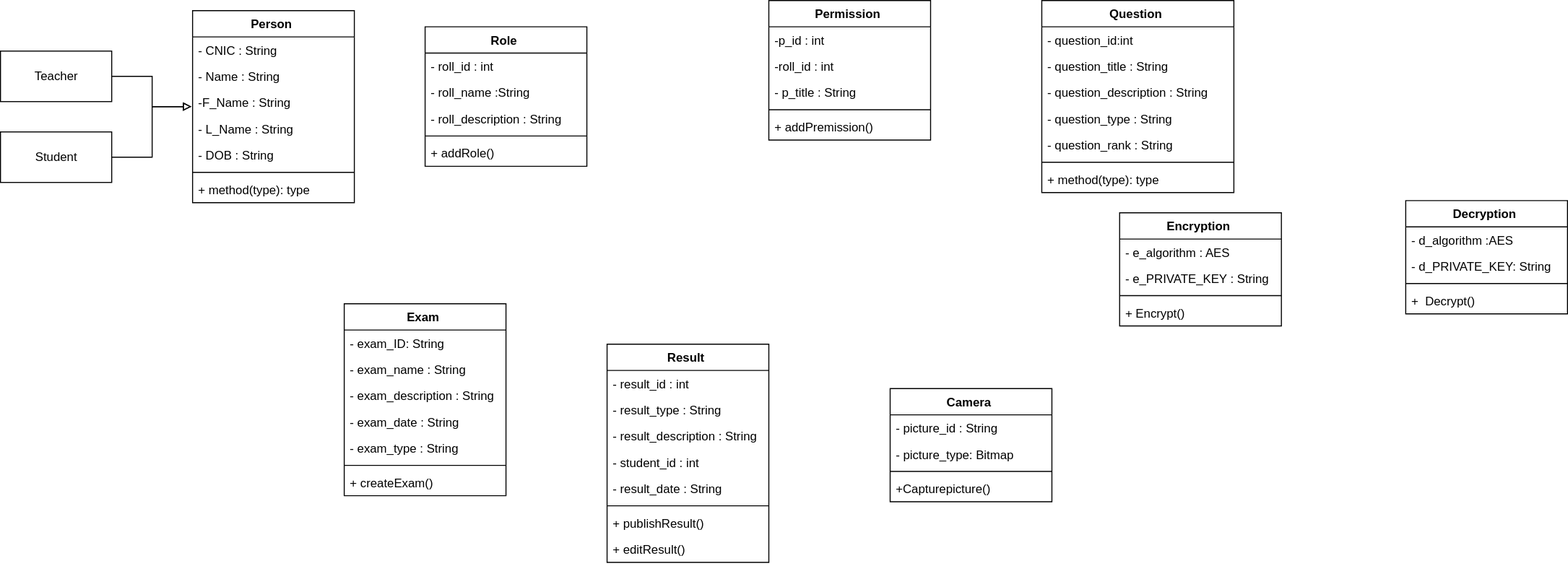
Zaeem6100/FYP-Documents keeps this draw.io diagram as Class Diagram.drawio.svg. Above is the earlier version. Source tidied: cells renumbered, new cells last; positions are measured from the earlier drawing's top-left corner, leaving out a move shared by most shapes.
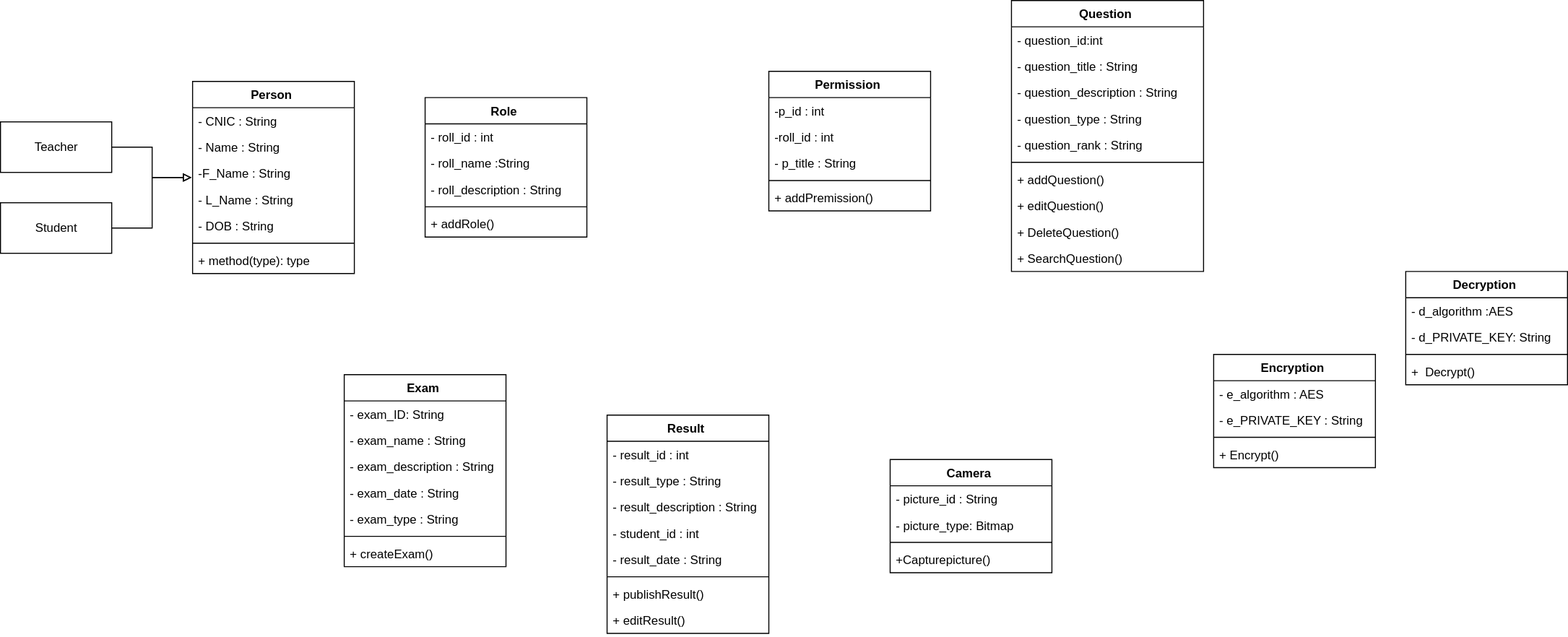
The same diagram one commit later.

Diff of the diagram source:
```diff
@@ -51,7 +51,7 @@
       <mxGeometry y="164" width="160" height="26" as="geometry" />
     </mxCell>
     <mxCell id="18" value="Question " style="swimlane;fontStyle=1;align=center;verticalAlign=top;horizontal=1;startSize=26;" parent="1" vertex="1">
-      <mxGeometry x="1030" width="190" height="190" as="geometry" />
+      <mxGeometry x="1000" y="-70" width="190" height="268" as="geometry" />
     </mxCell>
     <mxCell id="19" value="- question_id:int " style="text;strokeColor=none;fillColor=none;align=left;verticalAlign=top;spacingLeft=4;spacingRight=4;overflow=hidden;" parent="18" vertex="1">
       <mxGeometry y="26" width="190" height="26" as="geometry" />
@@ -71,9 +71,18 @@
     <mxCell id="24" style="line;strokeWidth=1;fillColor=none;align=left;verticalAlign=middle;spacingTop=-1;spacingLeft=3;spacingRight=3;labelPosition=right;" parent="18" vertex="1">
       <mxGeometry y="156" width="190" height="8" as="geometry" />
     </mxCell>
-    <mxCell id="25" value="+ method(type): type" style="text;strokeColor=none;fillColor=none;align=left;verticalAlign=top;spacingLeft=4;spacingRight=4;overflow=hidden;" parent="18" vertex="1">
+    <mxCell id="25" value="+ addQuestion()" style="text;strokeColor=none;fillColor=none;align=left;verticalAlign=top;spacingLeft=4;spacingRight=4;overflow=hidden;" parent="18" vertex="1">
       <mxGeometry y="164" width="190" height="26" as="geometry" />
     </mxCell>
+    <mxCell id="66" value="+ editQuestion()" style="text;strokeColor=none;fillColor=none;align=left;verticalAlign=top;spacingLeft=4;spacingRight=4;overflow=hidden;" parent="18" vertex="1">
+      <mxGeometry y="190" width="190" height="26" as="geometry" />
+    </mxCell>
+    <mxCell id="67" value="+ DeleteQuestion()" style="text;strokeColor=none;fillColor=none;align=left;verticalAlign=top;spacingLeft=4;spacingRight=4;overflow=hidden;" parent="18" vertex="1">
+      <mxGeometry y="216" width="190" height="26" as="geometry" />
+    </mxCell>
+    <mxCell id="68" value="+ SearchQuestion()" style="text;strokeColor=none;fillColor=none;align=left;verticalAlign=top;spacingLeft=4;spacingRight=4;overflow=hidden;" parent="18" vertex="1">
+      <mxGeometry y="242" width="190" height="26" as="geometry" />
+    </mxCell>
     <mxCell id="26" value="Result " style="swimlane;fontStyle=1;align=center;verticalAlign=top;horizontal=1;startSize=26;" parent="1" vertex="1">
       <mxGeometry x="600" y="340" width="160" height="216" as="geometry" />
     </mxCell>
@@ -117,7 +126,7 @@
       <mxGeometry y="86" width="160" height="26" as="geometry" />
     </mxCell>
     <mxCell id="40" value="Encryption " style="swimlane;fontStyle=1;align=center;verticalAlign=top;horizontal=1;startSize=26;" parent="1" vertex="1">
-      <mxGeometry x="1107" y="210" width="160" height="112" as="geometry" />
+      <mxGeometry x="1200" y="280" width="160" height="112" as="geometry" />
     </mxCell>
     <mxCell id="41" value="- e_algorithm : AES" style="text;strokeColor=none;fillColor=none;align=left;verticalAlign=top;spacingLeft=4;spacingRight=4;overflow=hidden;" parent="40" vertex="1">
       <mxGeometry y="26" width="160" height="26" as="geometry" />
```
